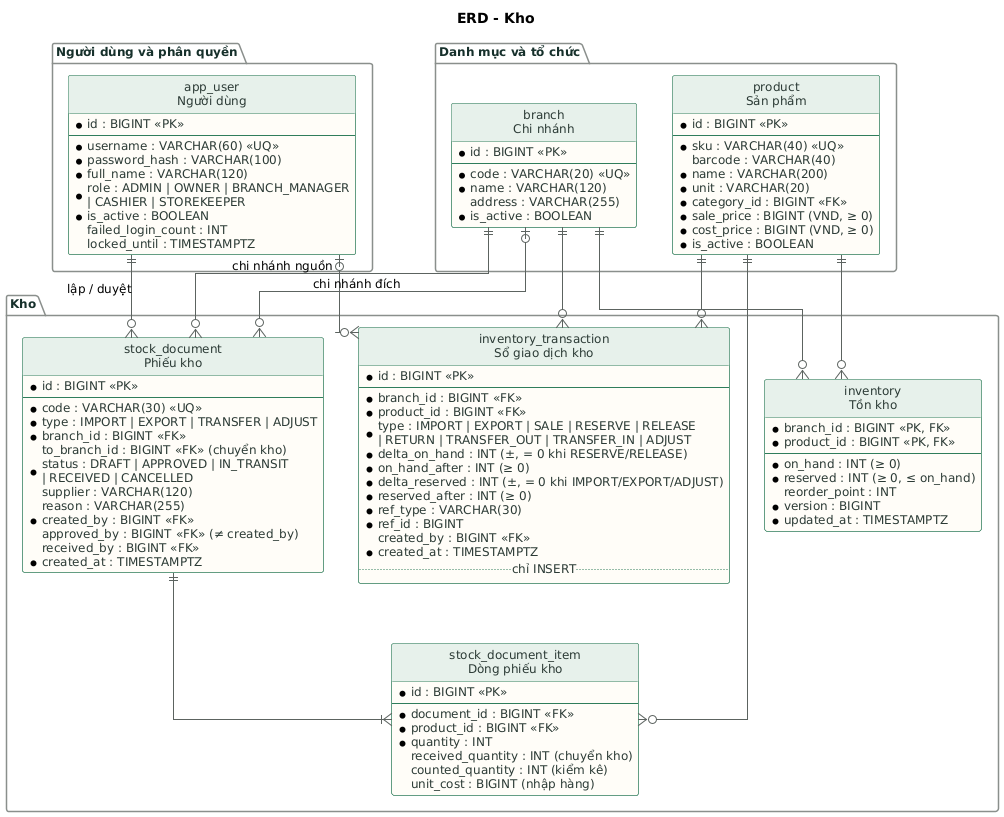
The PlantUML diagram docs/design/erd/png/02-erd-kho.png in NguyenDokhai2005/GreenMart, before a commit.
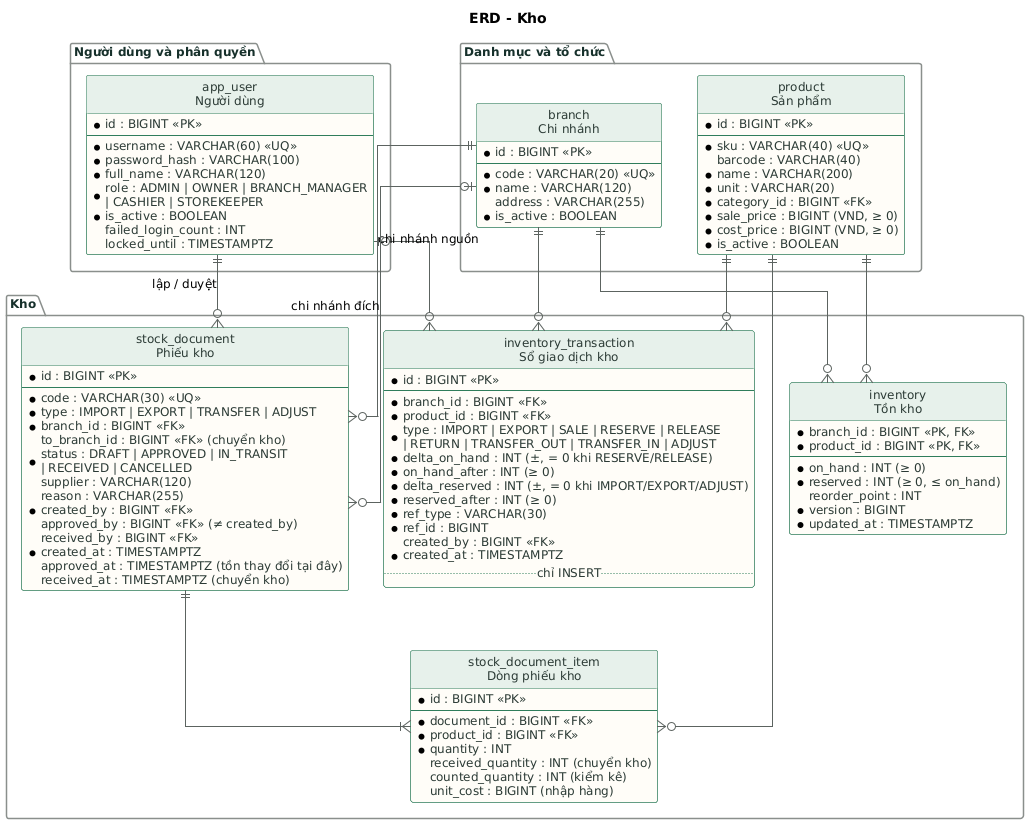
Above is the later version.

The edit, as a diff of the source:
```diff
@@ -97,6 +97,8 @@
     approved_by : BIGINT <<FK>> (≠ created_by)
     received_by : BIGINT <<FK>>
     * created_at : TIMESTAMPTZ
+    approved_at : TIMESTAMPTZ (tồn thay đổi tại đây)
+    received_at : TIMESTAMPTZ (chuyển kho)
   }
   entity "stock_document_item\nDòng phiếu kho" as stock_item {
     * id : BIGINT <<PK>>
```
